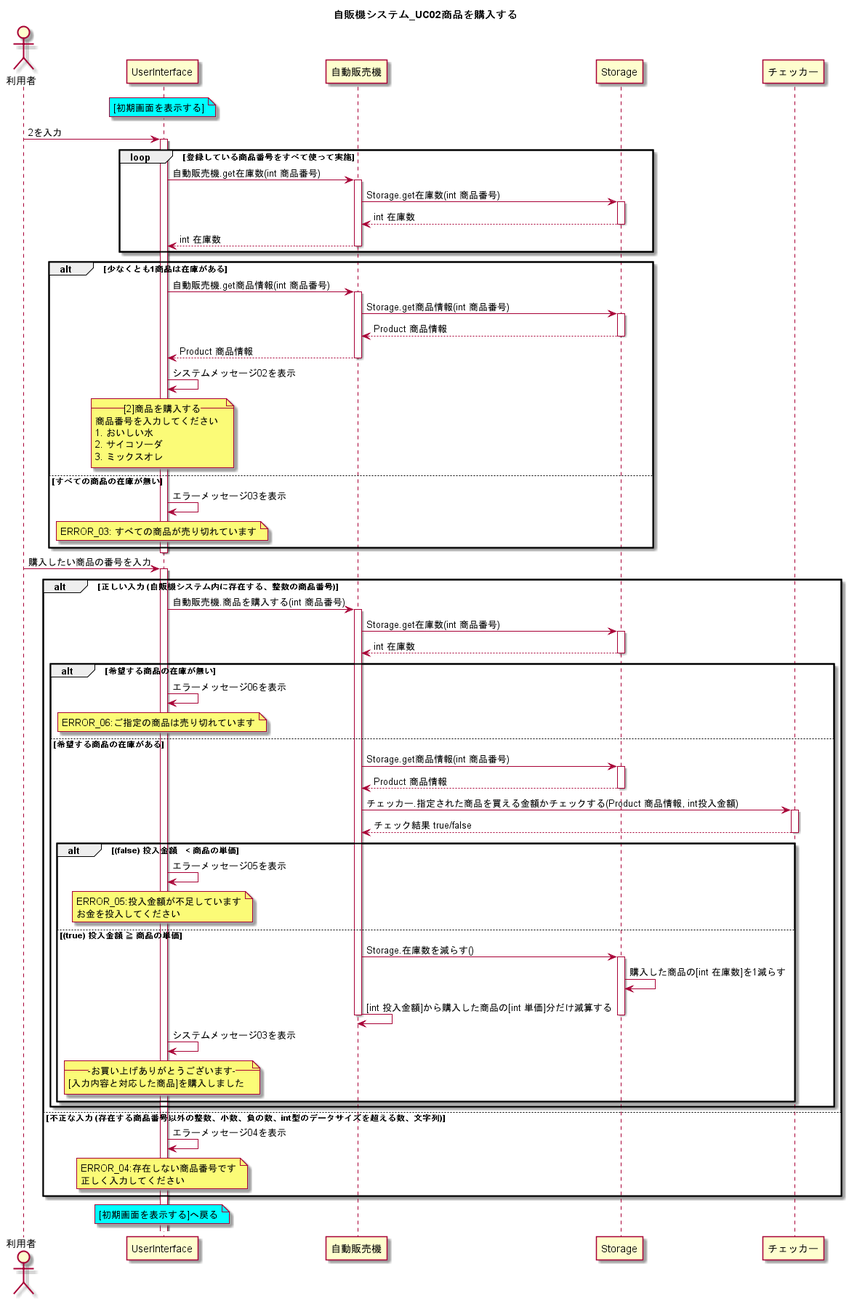
Before: UML_class_sequence/自販機システム_UC02商品を購入する.png, a diagram exported from PlantUML (W-Nakayama-24/VendingMachine_CUI).
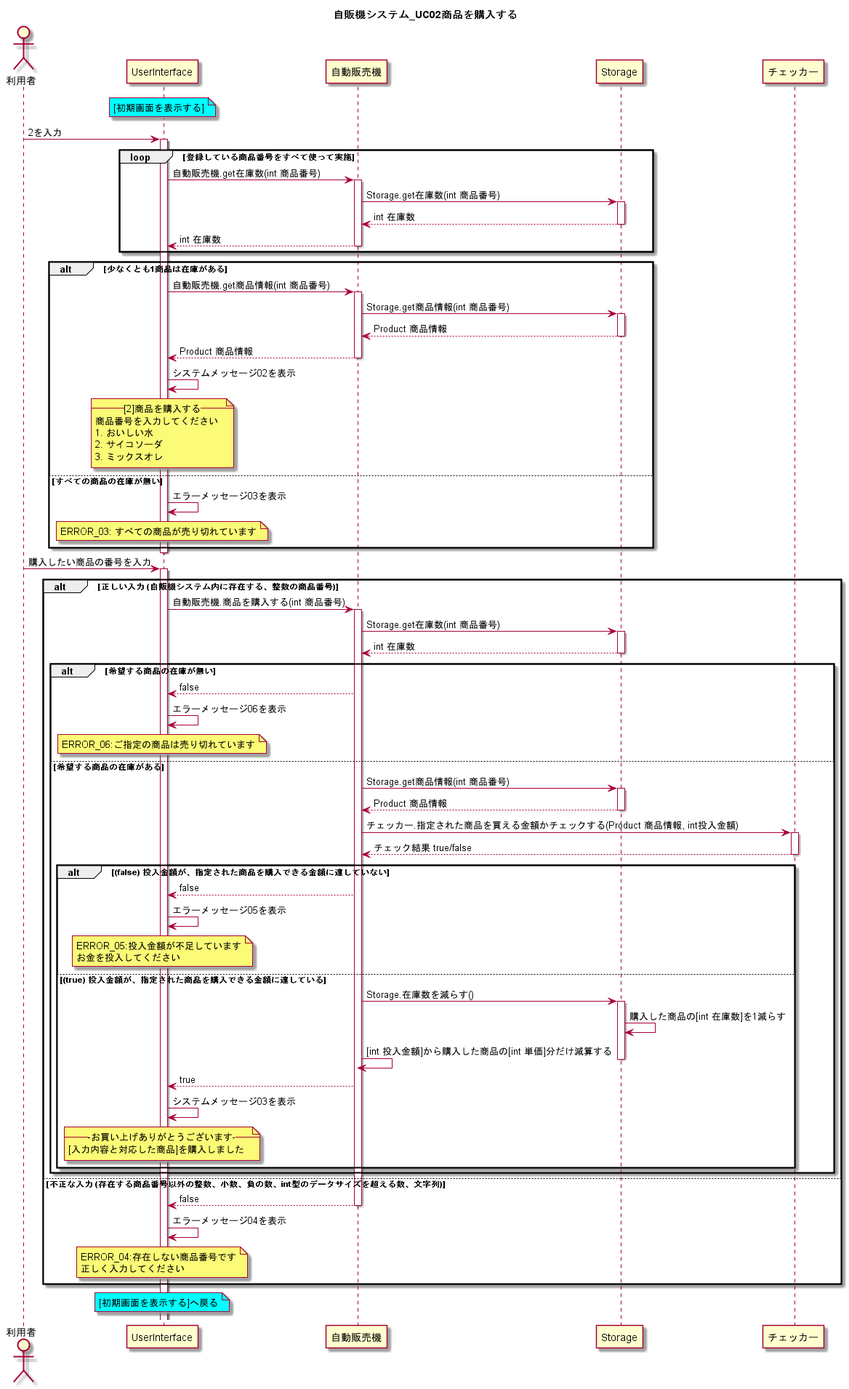
After the commit.

Change to the diagram source:
```diff
@@ -65,6 +65,7 @@
 
     alt 希望する商品の在庫が無い
 
+        UserInterface <-- 自動販売機 : false
         UserInterface -> UserInterface : エラーメッセージ06を表示
         note over UserInterface
         ERROR_06:ご指定の商品は売り切れています
@@ -83,22 +84,23 @@
         自動販売機 <-- チェッカー : チェック結果 true/false
         deactivate チェッカー
 
-        alt (false) 投入金額　< 商品の単価
+        alt (false) 投入金額が、指定された商品を購入できる金額に達していない
 
+            UserInterface <-- 自動販売機 : false
             UserInterface -> UserInterface : エラーメッセージ05を表示
             note over UserInterface
             ERROR_05:投入金額が不足しています
             お金を投入してください
             end note
 
-        else (true) 投入金額 ≧ 商品の単価
+        else (true) 投入金額が、指定された商品を購入できる金額に達している
 
             自動販売機 -> Storage : Storage.在庫数を減らす()
             activate Storage
             Storage -> Storage : 購入した商品の[int 在庫数]を1減らす
             自動販売機 -> 自動販売機 : [int 投入金額]から購入した商品の[int 単価]分だけ減算する
             deactivate Storage
-            deactivate 自動販売機
+            UserInterface <-- 自動販売機 : true
 
             UserInterface -> UserInterface : システムメッセージ03を表示
             note over UserInterface
@@ -112,6 +114,9 @@
     end
 
 else 不正な入力 (存在する商品番号以外の整数、小数、負の数、int型のデータサイズを超える数、文字列)
+
+    UserInterface <-- 自動販売機 : false
+    deactivate 自動販売機
     UserInterface <- UserInterface : エラーメッセージ04を表示
     note over UserInterface
     ERROR_04:存在しない商品番号です
```
